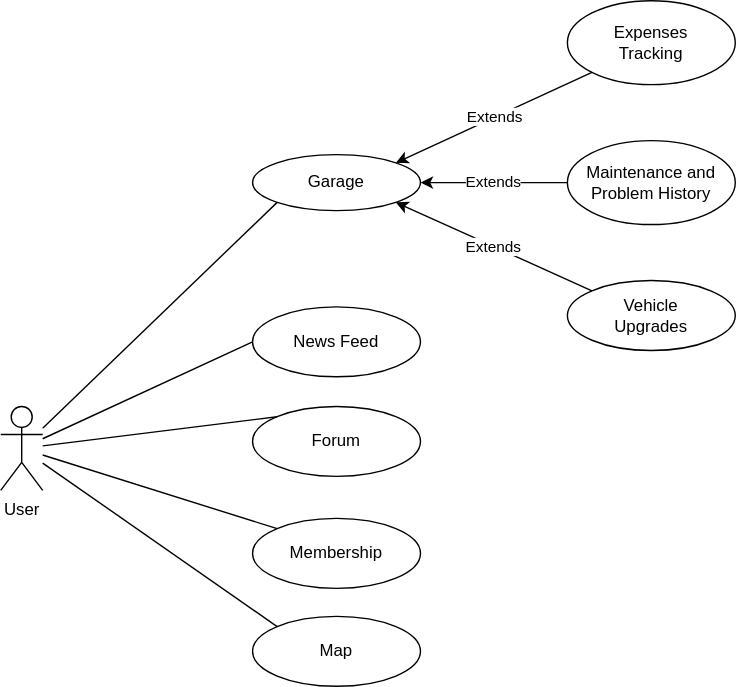
basilis0606/MainTena keeps this draw.io diagram as docs/Use-cases/assets/Use_case_model.svg. Above is the earlier version. Source tidied: cells renumbered, new cells last; positions are measured from the earlier drawing's top-left corner, leaving out a move shared by most shapes.
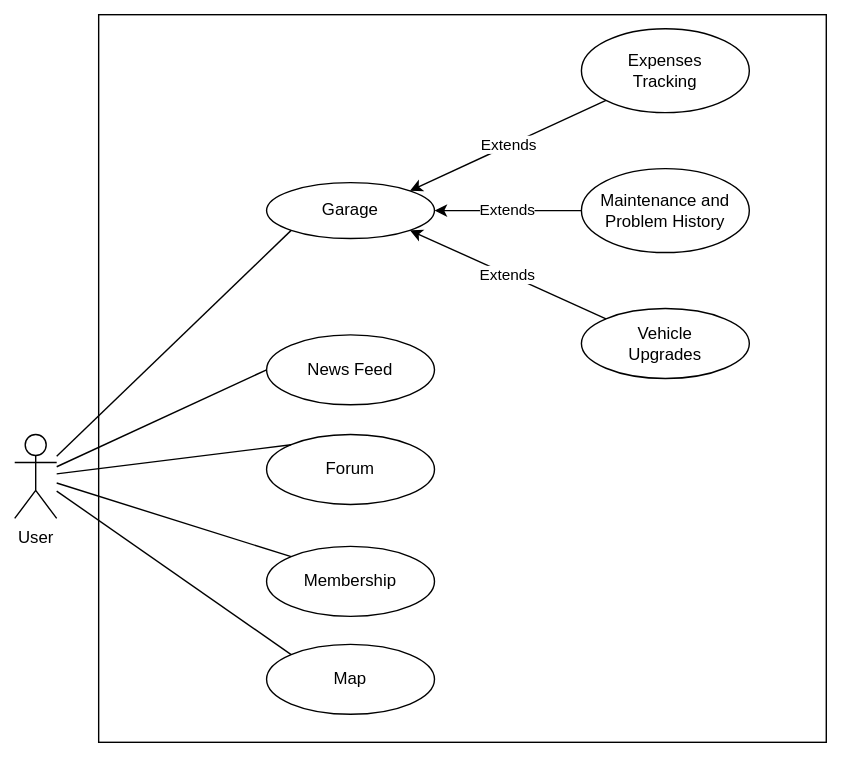
Later version of the same file.

Commit message:
Added square to use case diagram

What changed in the source:
```diff
@@ -53,5 +53,8 @@
     <mxCell id="18" style="endArrow=none;html=1;rounded=0;exitX=0;exitY=0;exitDx=0;exitDy=0;" parent="1" edge="1" source="17" target="2">
       <mxGeometry relative="1" as="geometry" />
     </mxCell>
+    <mxCell id="19" style="rounded=0;whiteSpace=wrap;html=1;fillColor=none;" parent="1" vertex="1">
+      <mxGeometry x="60" y="-10" width="520" height="520" as="geometry" />
+    </mxCell>
   </root>
 </mxGraphModel>
```
